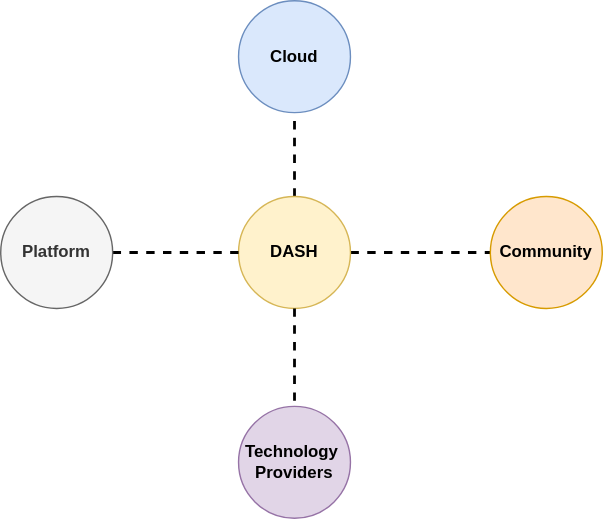
This is documentation/general/design/images/hld/dash-hld-ecosystem.svg from sonic-net/DASH, a draw.io export, as it was before one commit. Source tidied: cells renumbered, new cells last; positions are measured from the earlier drawing's top-left corner, leaving out a move shared by most shapes.
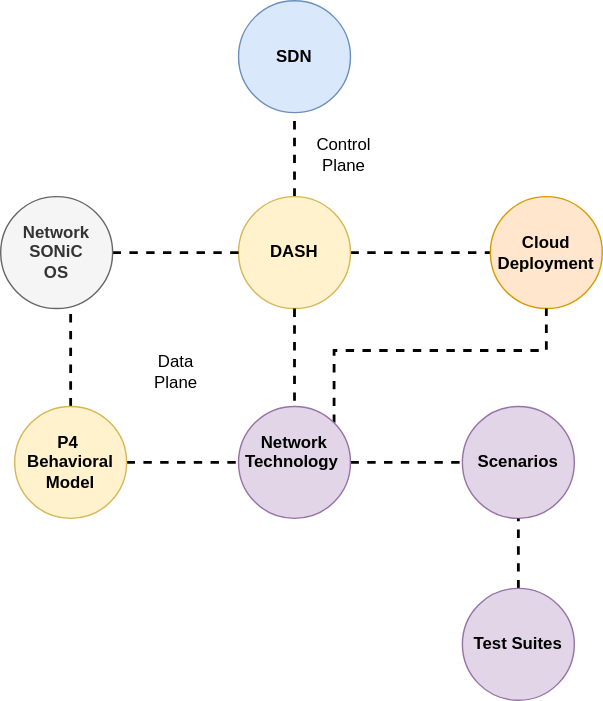
After the commit.

The edit, as a diff of the source:
```diff
@@ -11,13 +11,13 @@
     <mxCell id="4" value="&lt;b&gt;DASH&lt;/b&gt;" style="ellipse;whiteSpace=wrap;html=1;fillColor=#fff2cc;strokeColor=#d6b656;" parent="1" vertex="1">
       <mxGeometry x="170" y="140" width="80" height="80" as="geometry" />
     </mxCell>
-    <mxCell id="5" value="&lt;b&gt;Community&lt;/b&gt;" style="ellipse;whiteSpace=wrap;html=1;fillColor=#ffe6cc;strokeColor=#d79b00;" parent="1" vertex="1">
+    <mxCell id="5" value="&lt;b&gt;Cloud Deployment&lt;/b&gt;" style="ellipse;whiteSpace=wrap;html=1;fillColor=#ffe6cc;strokeColor=#d79b00;" parent="1" vertex="1">
       <mxGeometry x="350" y="140" width="80" height="80" as="geometry" />
     </mxCell>
     <mxCell id="6" style="edgeStyle=orthogonalEdgeStyle;rounded=0;jettySize=auto;html=1;exitX=1;exitY=0.5;exitDx=0;exitDy=0;entryX=0;entryY=0.5;entryDx=0;entryDy=0;dashed=1;endArrow=none;endFill=0;strokeWidth=2;" parent="1" edge="1" source="7" target="4">
       <mxGeometry relative="1" as="geometry" />
     </mxCell>
-    <mxCell id="7" value="&lt;b&gt;Platform&lt;/b&gt;" style="ellipse;whiteSpace=wrap;html=1;fillColor=#f5f5f5;strokeColor=#666666;fontColor=#333333;" parent="1" vertex="1">
+    <mxCell id="7" value="&lt;b&gt;Network&lt;br&gt;SONiC&lt;br&gt;OS&lt;br&gt;&lt;/b&gt;" style="ellipse;whiteSpace=wrap;html=1;fillColor=#f5f5f5;strokeColor=#666666;fontColor=#333333;" parent="1" vertex="1">
       <mxGeometry y="140" width="80" height="80" as="geometry" />
     </mxCell>
     <mxCell id="8" style="edgeStyle=orthogonalEdgeStyle;rounded=0;jettySize=auto;html=1;exitX=0.5;exitY=0;exitDx=0;exitDy=0;dashed=1;endArrow=none;endFill=0;strokeWidth=2;entryX=0.5;entryY=1;entryDx=0;entryDy=0;" parent="1" edge="1" target="4">
@@ -25,11 +25,46 @@
         <mxPoint x="210" y="286" as="sourcePoint" />
       </mxGeometry>
     </mxCell>
+    <mxCell id="11" style="edgeStyle=orthogonalEdgeStyle;rounded=0;jettySize=auto;html=1;exitX=1;exitY=0.5;exitDx=0;exitDy=0;entryX=0;entryY=0.5;entryDx=0;entryDy=0;dashed=1;endArrow=none;endFill=0;strokeWidth=2;" parent="1" edge="1" source="9" target="13">
+      <mxGeometry relative="1" as="geometry" />
+    </mxCell>
+    <mxCell id="12" style="edgeStyle=orthogonalEdgeStyle;rounded=0;jettySize=auto;html=1;exitX=1;exitY=0;exitDx=0;exitDy=0;dashed=1;endArrow=none;endFill=0;strokeWidth=2;" parent="1" edge="1" source="9" target="5">
+      <mxGeometry relative="1" as="geometry">
+        <Array as="points">
+          <mxPoint x="238" y="250" />
+          <mxPoint x="390" y="250" />
+        </Array>
+      </mxGeometry>
+    </mxCell>
-    <mxCell id="9" value="&lt;b&gt;Technology&amp;nbsp;&lt;br&gt;Providers&lt;/b&gt;" style="ellipse;whiteSpace=wrap;html=1;fillColor=#e1d5e7;strokeColor=#9673a6;" parent="1" vertex="1">
+    <mxCell id="9" value="&lt;b&gt;Network&lt;br&gt;Technology&amp;nbsp;&lt;br&gt;&lt;br&gt;&lt;/b&gt;" style="ellipse;whiteSpace=wrap;html=1;fillColor=#e1d5e7;strokeColor=#9673a6;" parent="1" vertex="1">
       <mxGeometry x="170" y="290" width="80" height="80" as="geometry" />
     </mxCell>
-    <mxCell id="10" value="&lt;b&gt;Cloud&lt;/b&gt;" style="ellipse;whiteSpace=wrap;html=1;fillColor=#dae8fc;strokeColor=#6c8ebf;" parent="1" vertex="1">
+    <mxCell id="10" value="&lt;b&gt;SDN&lt;/b&gt;" style="ellipse;whiteSpace=wrap;html=1;fillColor=#dae8fc;strokeColor=#6c8ebf;" parent="1" vertex="1">
       <mxGeometry x="170" width="80" height="80" as="geometry" />
     </mxCell>
+    <mxCell id="13" value="&lt;b&gt;Scenarios&lt;br&gt;&lt;/b&gt;" style="ellipse;whiteSpace=wrap;html=1;fillColor=#e1d5e7;strokeColor=#9673a6;" parent="1" vertex="1">
+      <mxGeometry x="330" y="290" width="80" height="80" as="geometry" />
+    </mxCell>
+    <mxCell id="14" style="edgeStyle=orthogonalEdgeStyle;rounded=0;jettySize=auto;html=1;exitX=0.5;exitY=0;exitDx=0;exitDy=0;entryX=0.5;entryY=1;entryDx=0;entryDy=0;dashed=1;endArrow=none;endFill=0;strokeWidth=2;" parent="1" edge="1" source="15" target="13">
+      <mxGeometry relative="1" as="geometry" />
+    </mxCell>
+    <mxCell id="15" value="&lt;b&gt;Test Suites&lt;br&gt;&lt;/b&gt;" style="ellipse;whiteSpace=wrap;html=1;fillColor=#e1d5e7;strokeColor=#9673a6;" parent="1" vertex="1">
+      <mxGeometry x="330" y="420" width="80" height="80" as="geometry" />
+    </mxCell>
+    <mxCell id="16" value="Control &lt;br&gt;Plane" style="text;html=1;align=center;verticalAlign=middle;strokeColor=none;fillColor=none;" parent="1" vertex="1">
+      <mxGeometry x="220" y="95" width="50" height="30" as="geometry" />
+    </mxCell>
+    <mxCell id="17" value="Data&lt;br&gt;Plane" style="text;html=1;align=center;verticalAlign=middle;strokeColor=none;fillColor=none;" parent="1" vertex="1">
+      <mxGeometry x="100" y="250" width="50" height="30" as="geometry" />
+    </mxCell>
+    <mxCell id="18" style="edgeStyle=orthogonalEdgeStyle;rounded=0;jettySize=auto;html=1;exitX=1;exitY=0.5;exitDx=0;exitDy=0;entryX=0;entryY=0.5;entryDx=0;entryDy=0;dashed=1;endArrow=none;endFill=0;strokeWidth=2;" parent="1" edge="1" source="20" target="9">
+      <mxGeometry relative="1" as="geometry" />
+    </mxCell>
+    <mxCell id="19" style="edgeStyle=orthogonalEdgeStyle;rounded=0;jettySize=auto;html=1;exitX=0.5;exitY=0;exitDx=0;exitDy=0;entryX=0.625;entryY=1.05;entryDx=0;entryDy=0;entryPerimeter=0;dashed=1;endArrow=none;endFill=0;strokeWidth=2;" parent="1" edge="1" source="20" target="7">
+      <mxGeometry relative="1" as="geometry" />
+    </mxCell>
+    <mxCell id="20" value="&lt;b&gt;P4&amp;nbsp;&lt;br&gt;Behavioral&lt;br&gt;Model&lt;br&gt;&lt;/b&gt;" style="ellipse;whiteSpace=wrap;html=1;fillColor=#fff2cc;strokeColor=#d6b656;" parent="1" vertex="1">
+      <mxGeometry x="10" y="290" width="80" height="80" as="geometry" />
+    </mxCell>
   </root>
 </mxGraphModel>
```
